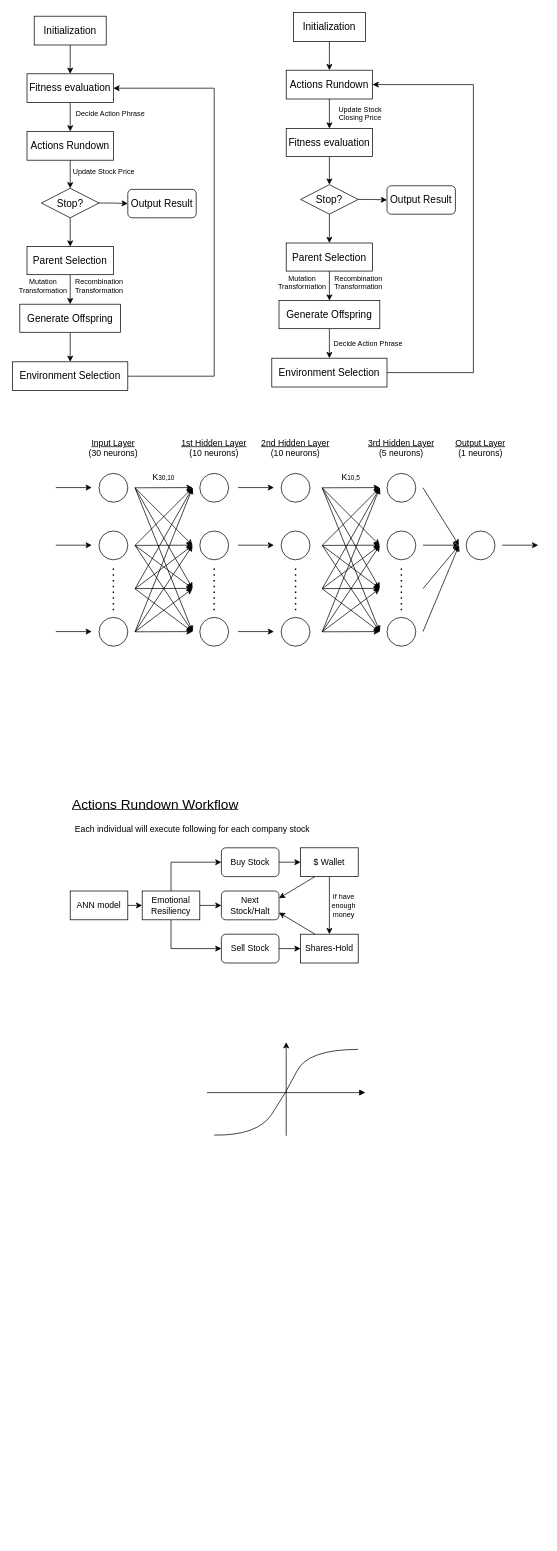
This is design.drawio from Somiona/CISC455W23Proj, a draw.io file, before an edit. Source tidied: cells renumbered, new cells numbered last; positions are measured from the earlier drawing's top-left corner, leaving out a move shared by most shapes. Both pictures are drawn from the tidied source at 72%, with x=0, y=0 at pixel (12, 12).
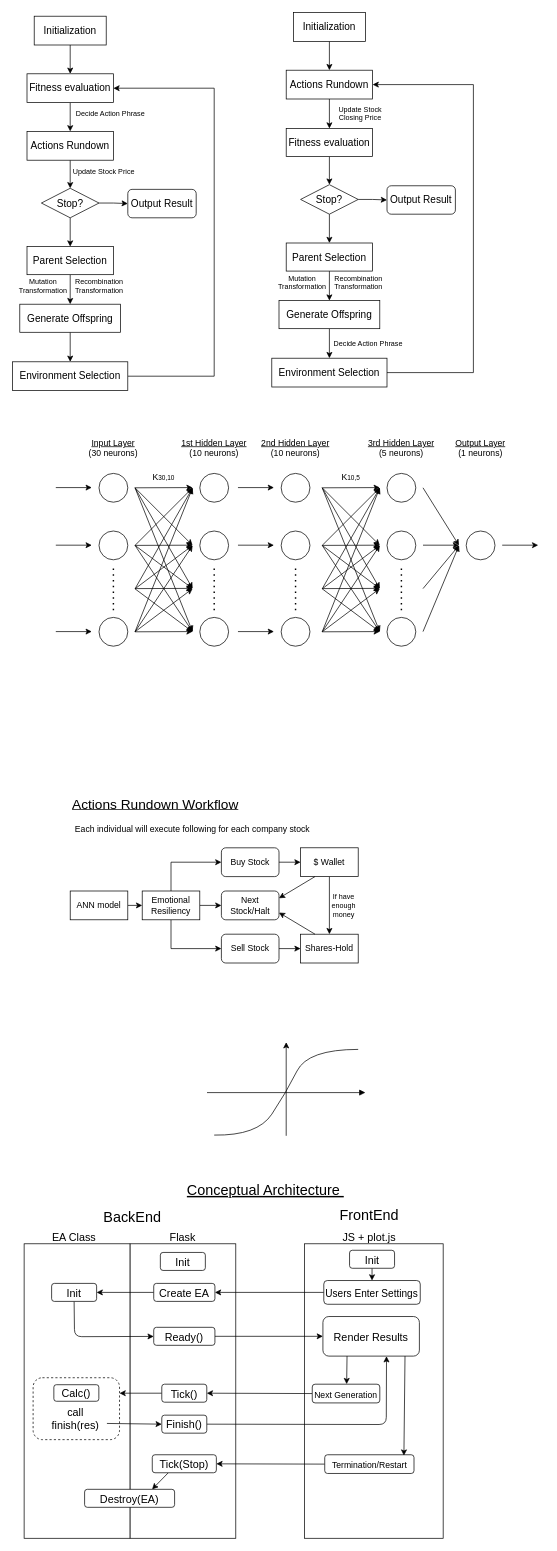
After the change.

Commit message:
update: conceptaul architecture drawing

Diff of the diagram source:
```diff
@@
+    <mxCell id="131" value="&lt;font style=&quot;font-size: 20px;&quot;&gt;&lt;u&gt;Conceptual Architecture&amp;nbsp;&lt;/u&gt;&lt;/font&gt;" style="text;html=1;strokeColor=none;fillColor=none;align=center;verticalAlign=middle;whiteSpace=wrap;rounded=0;" parent="1" vertex="1">
+      <mxGeometry x="211" y="1620" width="281" height="30" as="geometry" />
+    </mxCell>
+    <mxCell id="132" style="rounded=0;whiteSpace=wrap;html=1;fontSize=20;" parent="1" vertex="1">
+      <mxGeometry x="405.5" y="1710" width="192.5" height="409" as="geometry" />
+    </mxCell>
+    <mxCell id="133" value="FrontEnd" style="text;html=1;strokeColor=none;fillColor=none;align=center;verticalAlign=middle;whiteSpace=wrap;rounded=0;fontSize=20;" parent="1" vertex="1">
+      <mxGeometry x="437" y="1655" width="117" height="30" as="geometry" />
+    </mxCell>
+    <mxCell id="134" style="rounded=0;whiteSpace=wrap;html=1;fontSize=20;" parent="1" vertex="1">
+      <mxGeometry x="163" y="1710" width="147" height="409" as="geometry" />
+    </mxCell>
+    <mxCell id="135" style="rounded=0;whiteSpace=wrap;html=1;fontSize=20;" parent="1" vertex="1">
+      <mxGeometry x="16" y="1710" width="147" height="409" as="geometry" />
+    </mxCell>
+    <mxCell id="136" value="BackEnd" style="text;html=1;strokeColor=none;fillColor=none;align=center;verticalAlign=middle;whiteSpace=wrap;rounded=0;fontSize=20;" parent="1" vertex="1">
+      <mxGeometry x="108" y="1657" width="117" height="30" as="geometry" />
+    </mxCell>
+    <mxCell id="137" value="&lt;font style=&quot;font-size: 15px;&quot;&gt;JS + plot.js&lt;/font&gt;" style="text;html=1;strokeColor=none;fillColor=none;align=center;verticalAlign=middle;whiteSpace=wrap;rounded=0;fontSize=20;" parent="1" vertex="1">
+      <mxGeometry x="446" y="1683" width="99" height="30" as="geometry" />
+    </mxCell>
+    <mxCell id="138" value="&lt;font style=&quot;font-size: 15px;&quot;&gt;Flask&lt;/font&gt;" style="text;html=1;strokeColor=none;fillColor=none;align=center;verticalAlign=middle;whiteSpace=wrap;rounded=0;fontSize=20;" parent="1" vertex="1">
+      <mxGeometry x="187" y="1683" width="99" height="30" as="geometry" />
+    </mxCell>
+    <mxCell id="139" value="&lt;font style=&quot;font-size: 15px;&quot;&gt;EA Class&lt;/font&gt;" style="text;html=1;strokeColor=none;fillColor=none;align=center;verticalAlign=middle;whiteSpace=wrap;rounded=0;fontSize=20;" parent="1" vertex="1">
+      <mxGeometry x="36" y="1683" width="99" height="30" as="geometry" />
+    </mxCell>
+    <mxCell id="140" style="edgeStyle=none;html=1;exitX=0.5;exitY=1;exitDx=0;exitDy=0;fontSize=14;" parent="1" edge="1" source="141" target="170">
+      <mxGeometry relative="1" as="geometry">
+        <Array as="points">
+          <mxPoint x="86" y="1839" />
+        </Array>
+      </mxGeometry>
+    </mxCell>
+    <mxCell id="141" value="Init" style="rounded=1;whiteSpace=wrap;html=1;fontSize=15;" parent="1" vertex="1">
+      <mxGeometry x="54.2" y="1765" width="62.5" height="25" as="geometry" />
+    </mxCell>
+    <mxCell id="142" value="Init" style="rounded=1;whiteSpace=wrap;html=1;fontSize=15;" parent="1" vertex="1">
+      <mxGeometry x="205.2" y="1722" width="62.5" height="25" as="geometry" />
+    </mxCell>
+    <mxCell id="143" style="edgeStyle=none;html=1;exitX=0.5;exitY=1;exitDx=0;exitDy=0;entryX=0.5;entryY=0;entryDx=0;entryDy=0;fontSize=14;" parent="1" edge="1" source="144" target="147">
+      <mxGeometry relative="1" as="geometry" />
+    </mxCell>
+    <mxCell id="144" value="Init" style="rounded=1;whiteSpace=wrap;html=1;fontSize=15;" parent="1" vertex="1">
+      <mxGeometry x="468" y="1719" width="62.5" height="25" as="geometry" />
+    </mxCell>
+    <mxCell id="145" value="Render Results" style="rounded=1;whiteSpace=wrap;html=1;fontSize=15;" parent="1" vertex="1">
+      <mxGeometry x="431" y="1811" width="134" height="55" as="geometry" />
+    </mxCell>
+    <mxCell id="146" style="edgeStyle=none;html=1;exitX=0;exitY=0.5;exitDx=0;exitDy=0;entryX=1;entryY=0.5;entryDx=0;entryDy=0;fontSize=14;" parent="1" edge="1" source="147" target="149">
+      <mxGeometry relative="1" as="geometry" />
+    </mxCell>
+    <mxCell id="147" value="&lt;font style=&quot;font-size: 14px;&quot;&gt;Users Enter Settings&lt;/font&gt;" style="rounded=1;whiteSpace=wrap;html=1;fontSize=15;" parent="1" vertex="1">
+      <mxGeometry x="432.2" y="1761" width="134" height="33" as="geometry" />
+    </mxCell>
+    <mxCell id="148" style="edgeStyle=none;html=1;exitX=0;exitY=0.5;exitDx=0;exitDy=0;entryX=1;entryY=0.5;entryDx=0;entryDy=0;fontSize=14;" parent="1" edge="1" source="149" target="141">
+      <mxGeometry relative="1" as="geometry" />
+    </mxCell>
+    <mxCell id="149" value="Create EA" style="rounded=1;whiteSpace=wrap;html=1;fontSize=15;" parent="1" vertex="1">
+      <mxGeometry x="196" y="1765" width="85" height="25" as="geometry" />
+    </mxCell>
+    <mxCell id="150" style="edgeStyle=none;html=1;exitX=1;exitY=0.75;exitDx=0;exitDy=0;entryX=0;entryY=0.5;entryDx=0;entryDy=0;fontSize=14;" parent="1" edge="1">
+      <mxGeometry relative="1" as="geometry">
+        <mxPoint x="130.5" y="1914.2" as="sourcePoint" />
+      </mxGeometry>
+    </mxCell>
+    <mxCell id="151" style="edgeStyle=none;html=1;exitX=0;exitY=0.5;exitDx=0;exitDy=0;entryX=1;entryY=0.5;entryDx=0;entryDy=0;fontSize=12;" parent="1" edge="1" source="152" target="157">
+      <mxGeometry relative="1" as="geometry" />
+    </mxCell>
+    <mxCell id="152" value="&lt;font style=&quot;font-size: 12px;&quot;&gt;Next Generation&lt;/font&gt;" style="rounded=1;whiteSpace=wrap;html=1;fontSize=15;" parent="1" vertex="1">
+      <mxGeometry x="416.2" y="1905" width="93.8" height="26" as="geometry" />
+    </mxCell>
+    <mxCell id="153" style="edgeStyle=none;html=1;exitX=0;exitY=0.5;exitDx=0;exitDy=0;" parent="1" edge="1" source="154" target="167">
+      <mxGeometry relative="1" as="geometry" />
+    </mxCell>
+    <mxCell id="154" value="&lt;span style=&quot;font-size: 12px;&quot;&gt;Termination/Restart&lt;/span&gt;" style="rounded=1;whiteSpace=wrap;html=1;fontSize=15;" parent="1" vertex="1">
+      <mxGeometry x="433.5" y="2003" width="124" height="26" as="geometry" />
+    </mxCell>
+    <mxCell id="155" style="endArrow=classic;html=1;fontSize=12;entryX=0.509;entryY=-0.003;entryDx=0;entryDy=0;entryPerimeter=0;exitX=0.25;exitY=1;exitDx=0;exitDy=0;" parent="1" edge="1" source="145" target="152">
+      <mxGeometry relative="1" as="geometry" />
+    </mxCell>
+    <mxCell id="156" style="edgeStyle=none;html=1;exitX=0;exitY=0.5;exitDx=0;exitDy=0;entryX=1;entryY=0.25;entryDx=0;entryDy=0;" parent="1" edge="1" source="157" target="159">
+      <mxGeometry relative="1" as="geometry" />
+    </mxCell>
+    <mxCell id="157" value="Tick()" style="rounded=1;whiteSpace=wrap;html=1;fontSize=15;" parent="1" vertex="1">
+      <mxGeometry x="207.2" y="1905" width="62.5" height="25" as="geometry" />
+    </mxCell>
+    <mxCell id="158" style="group;" parent="1" vertex="1">
+      <mxGeometry x="28.5" y="1896" width="120" height="86" as="geometry" />
+    </mxCell>
+    <mxCell id="159" style="rounded=1;whiteSpace=wrap;html=1;fontSize=15;dashed=1;" parent="158" vertex="1">
+      <mxGeometry width="120" height="86" as="geometry" />
+    </mxCell>
+    <mxCell id="160" value="Calc()" style="rounded=1;whiteSpace=wrap;html=1;fontSize=15;" parent="158" vertex="1">
+      <mxGeometry x="28.8" y="9.7" width="62.5" height="23" as="geometry" />
+    </mxCell>
+    <mxCell id="161" value="call finish(res)" style="text;html=1;strokeColor=none;fillColor=none;align=center;verticalAlign=middle;whiteSpace=wrap;rounded=0;fontSize=15;" parent="158" vertex="1">
+      <mxGeometry x="15.5" y="42.8" width="87" height="27.6" as="geometry" />
+    </mxCell>
+    <mxCell id="162" style="edgeStyle=none;html=1;exitX=1;exitY=0.5;exitDx=0;exitDy=0;entryX=0.659;entryY=1.003;entryDx=0;entryDy=0;entryPerimeter=0;" parent="1" edge="1" source="163" target="145">
+      <mxGeometry relative="1" as="geometry">
+        <Array as="points">
+          <mxPoint x="519" y="1961" />
+        </Array>
+      </mxGeometry>
+    </mxCell>
+    <mxCell id="163" value="Finish()" style="rounded=1;whiteSpace=wrap;html=1;fontSize=15;" parent="1" vertex="1">
+      <mxGeometry x="207.2" y="1948" width="62.5" height="25" as="geometry" />
+    </mxCell>
+    <mxCell id="164" style="edgeStyle=none;html=1;exitX=1;exitY=0.75;exitDx=0;exitDy=0;entryX=0;entryY=0.5;entryDx=0;entryDy=0;" parent="1" edge="1" source="161" target="163">
+      <mxGeometry relative="1" as="geometry" />
+    </mxCell>
+    <mxCell id="165" style="endArrow=classic;html=1;entryX=0.887;entryY=0.048;entryDx=0;entryDy=0;entryPerimeter=0;" parent="1" edge="1" target="154">
+      <mxGeometry relative="1" as="geometry">
+        <mxPoint x="545" y="1866" as="sourcePoint" />
+      </mxGeometry>
+    </mxCell>
+    <mxCell id="166" style="edgeStyle=none;html=1;exitX=0.25;exitY=1;exitDx=0;exitDy=0;entryX=0.75;entryY=0;entryDx=0;entryDy=0;" parent="1" edge="1" source="167" target="168">
+      <mxGeometry relative="1" as="geometry" />
+    </mxCell>
+    <mxCell id="167" value="&lt;span style=&quot;font-size: 15px;&quot;&gt;Tick(Stop)&lt;/span&gt;" style="rounded=1;whiteSpace=wrap;html=1;" parent="1" vertex="1">
+      <mxGeometry x="194" y="2003" width="89" height="25" as="geometry" />
+    </mxCell>
+    <mxCell id="168" value="&lt;span style=&quot;font-size: 15px;&quot;&gt;Destroy(EA)&lt;/span&gt;" style="rounded=1;whiteSpace=wrap;html=1;" parent="1" vertex="1">
+      <mxGeometry x="100" y="2051" width="125" height="25" as="geometry" />
+    </mxCell>
+    <mxCell id="169" style="edgeStyle=none;html=1;exitX=1;exitY=0.5;exitDx=0;exitDy=0;" parent="1" edge="1" source="170" target="145">
+      <mxGeometry relative="1" as="geometry" />
+    </mxCell>
+    <mxCell id="170" value="Ready()" style="rounded=1;whiteSpace=wrap;html=1;fontSize=15;" parent="1" vertex="1">
+      <mxGeometry x="196" y="1826" width="85" height="25" as="geometry" />
+    </mxCell>
```
